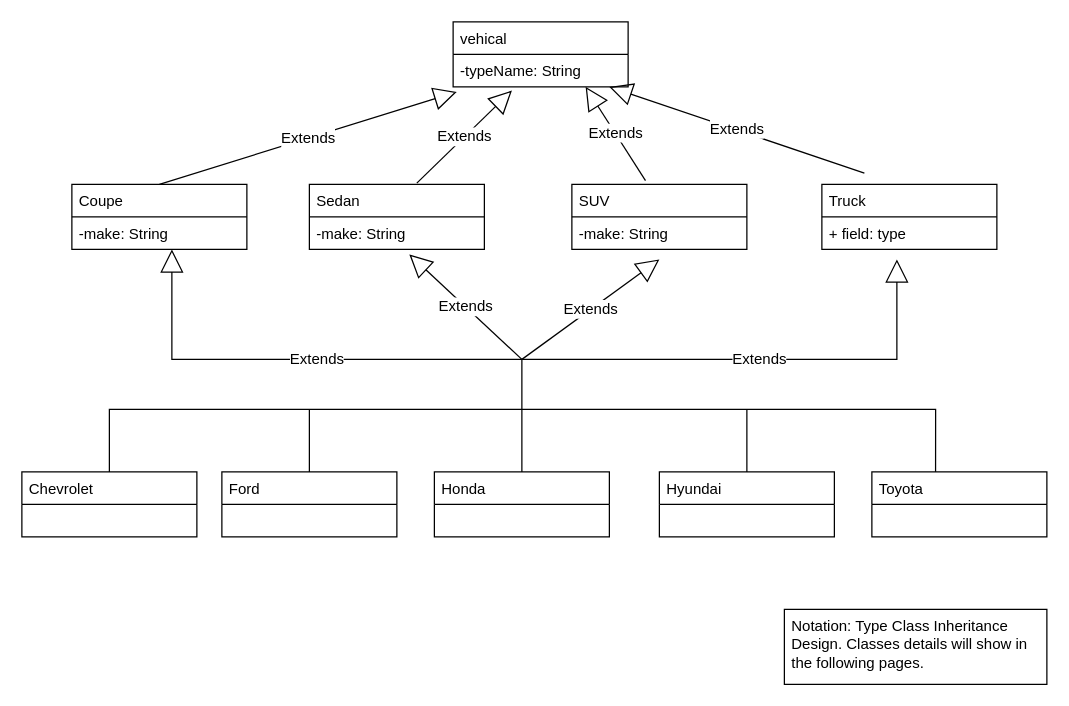
Before: page "Type Class Inheritance Design" (1 of 6) of doc/Vehicle_UML.drawio in MinZhong7/CIS255_Vehicle, a draw.io diagram. Source tidied: cells renumbered, new cells numbered last; positions are measured from the earlier drawing's top-left corner, leaving out a move shared by most shapes. Both pictures are drawn from the tidied source at 125%, with x=0, y=0 at pixel (21, 21).
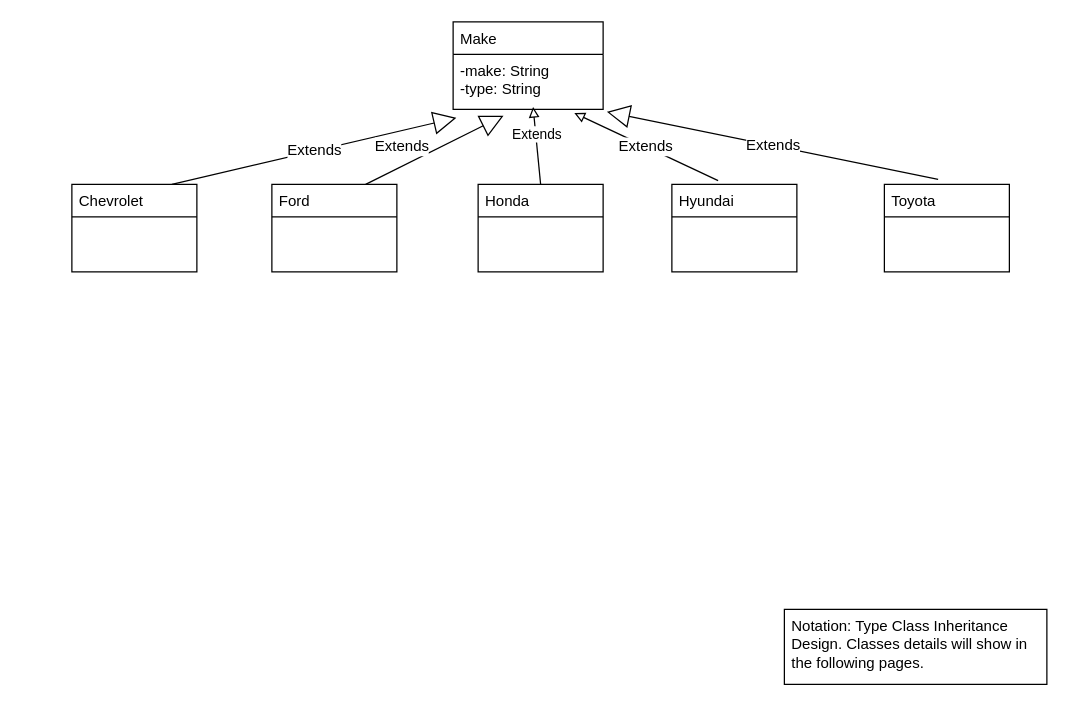
The same page after the edit.

Commit message (it also covers changes not shown here):
Redesign to Make model diagram.

close UML - Design #8

The edit, as a diff of the source:
```diff
@@
-    <mxCell id="2" value="vehical" style="swimlane;fontStyle=0;horizontal=1;startSize=26;fillColor=none;whiteSpace=wrap;html=1;align=left;verticalAlign=top;spacingLeft=4;spacingRight=4;fontFamily=Helvetica;fontSize=12;fontColor=default;" parent="1" vertex="1">
-      <mxGeometry x="345" width="140" height="52" as="geometry" />
+    <mxCell id="2" value="Make" style="swimlane;fontStyle=0;horizontal=1;startSize=26;fillColor=none;whiteSpace=wrap;html=1;align=left;verticalAlign=top;spacingLeft=4;spacingRight=4;fontFamily=Helvetica;fontSize=12;fontColor=default;" parent="1" vertex="1">
+      <mxGeometry x="345" width="120" height="70" as="geometry" />
     </mxCell>
-    <mxCell id="3" value="-typeName: String" style="text;strokeColor=none;fillColor=none;align=left;verticalAlign=top;spacingLeft=4;spacingRight=4;overflow=hidden;points=[[0,0.5],[1,0.5]];portConstraint=eastwest;whiteSpace=wrap;html=1;fontSize=12;fontFamily=Helvetica;fontColor=default;" parent="2" vertex="1">
-      <mxGeometry y="26" width="140" height="26" as="geometry" />
+    <mxCell id="3" value="-make: String&lt;br&gt;-type: String" style="text;strokeColor=none;fillColor=none;align=left;verticalAlign=top;spacingLeft=4;spacingRight=4;overflow=hidden;points=[[0,0.5],[1,0.5]];portConstraint=eastwest;whiteSpace=wrap;html=1;fontSize=12;fontFamily=Helvetica;fontColor=default;" parent="2" vertex="1">
+      <mxGeometry y="26" width="120" height="44" as="geometry" />
     </mxCell>
-    <mxCell id="4" value="Coupe" style="swimlane;fontStyle=0;horizontal=1;startSize=26;fillColor=none;whiteSpace=wrap;html=1;align=left;verticalAlign=top;spacingLeft=4;spacingRight=4;fontFamily=Helvetica;fontSize=12;fontColor=default;" parent="1" vertex="1">
-      <mxGeometry x="40" y="130" width="140" height="52" as="geometry" />
-    </mxCell>
-    <mxCell id="5" value="-make: String" style="text;strokeColor=none;fillColor=none;align=left;verticalAlign=top;spacingLeft=4;spacingRight=4;overflow=hidden;whiteSpace=wrap;html=1;fontSize=12;fontFamily=Helvetica;fontColor=default;" parent="4" vertex="1">
-      <mxGeometry y="26" width="140" height="26" as="geometry" />
-    </mxCell>
-    <mxCell id="6" value="Sedan" style="swimlane;fontStyle=0;horizontal=1;startSize=26;fillColor=none;whiteSpace=wrap;html=1;align=left;verticalAlign=top;spacingLeft=4;spacingRight=4;fontFamily=Helvetica;fontSize=12;fontColor=default;" parent="1" vertex="1">
-      <mxGeometry x="230" y="130" width="140" height="52" as="geometry" />
-    </mxCell>
-    <mxCell id="7" value="-make: String" style="text;strokeColor=none;fillColor=none;align=left;verticalAlign=top;spacingLeft=4;spacingRight=4;overflow=hidden;points=[[0,0.5],[1,0.5]];portConstraint=eastwest;whiteSpace=wrap;html=1;fontSize=12;fontFamily=Helvetica;fontColor=default;" parent="6" vertex="1">
-      <mxGeometry y="26" width="140" height="26" as="geometry" />
-    </mxCell>
-    <mxCell id="8" value="SUV" style="swimlane;fontStyle=0;horizontal=1;startSize=26;fillColor=none;whiteSpace=wrap;html=1;align=left;verticalAlign=top;spacingLeft=4;spacingRight=4;fontFamily=Helvetica;fontSize=12;fontColor=default;" parent="1" vertex="1">
-      <mxGeometry x="440" y="130" width="140" height="52" as="geometry" />
-    </mxCell>
-    <mxCell id="9" value="-make: String" style="text;strokeColor=none;fillColor=none;align=left;verticalAlign=top;spacingLeft=4;spacingRight=4;overflow=hidden;whiteSpace=wrap;html=1;fontSize=12;fontFamily=Helvetica;fontColor=default;" parent="8" vertex="1">
-      <mxGeometry y="26" width="140" height="26" as="geometry" />
-    </mxCell>
-    <mxCell id="10" value="Truck" style="swimlane;fontStyle=0;horizontal=1;startSize=26;fillColor=none;whiteSpace=wrap;html=1;align=left;verticalAlign=top;spacingLeft=4;spacingRight=4;fontFamily=Helvetica;fontSize=12;fontColor=default;" parent="1" vertex="1">
-      <mxGeometry x="640" y="130" width="140" height="52" as="geometry" />
-    </mxCell>
-    <mxCell id="11" value="+ field: type" style="text;strokeColor=none;fillColor=none;align=left;verticalAlign=top;spacingLeft=4;spacingRight=4;overflow=hidden;whiteSpace=wrap;html=1;fontSize=12;fontFamily=Helvetica;fontColor=default;" parent="10" vertex="1">
-      <mxGeometry y="26" width="140" height="26" as="geometry" />
-    </mxCell>
-    <mxCell id="12" value="Extends" style="endArrow=block;endSize=16;endFill=0;html=1;rounded=0;fontFamily=Helvetica;fontSize=12;fontColor=default;exitX=0.5;exitY=0;exitDx=0;exitDy=0;entryX=0.021;entryY=1.154;entryDx=0;entryDy=0;entryPerimeter=0;" parent="1" edge="1" source="4" target="3">
-      <mxGeometry relative="1" as="geometry" />
+    <mxCell id="12" value="Extends" style="endArrow=block;endSize=16;endFill=0;html=1;rounded=0;fontFamily=Helvetica;fontSize=12;fontColor=default;exitX=0.5;exitY=0;exitDx=0;exitDy=0;entryX=0.021;entryY=1.154;entryDx=0;entryDy=0;entryPerimeter=0;" parent="1" edge="1" target="3">
+      <mxGeometry relative="1" as="geometry">
+        <mxPoint x="120" y="130" as="sourcePoint" />
+      </mxGeometry>
     </mxCell>
-    <mxCell id="13" value="Extends" style="endArrow=block;endSize=16;endFill=0;html=1;rounded=0;fontFamily=Helvetica;fontSize=12;fontColor=default;entryX=0.336;entryY=1.115;entryDx=0;entryDy=0;entryPerimeter=0;exitX=0.614;exitY=-0.019;exitDx=0;exitDy=0;exitPerimeter=0;" parent="1" edge="1" source="6" target="3">
-      <mxGeometry relative="1" as="geometry" />
+    <mxCell id="13" value="Extends" style="endArrow=block;endSize=16;endFill=0;html=1;rounded=0;fontFamily=Helvetica;fontSize=12;fontColor=default;entryX=0.336;entryY=1.115;entryDx=0;entryDy=0;entryPerimeter=0;exitX=0.75;exitY=0;exitDx=0;exitDy=0;" parent="1" edge="1" source="22" target="3">
+      <mxGeometry x="-0.36" y="14" relative="1" as="geometry" />
     </mxCell>
-    <mxCell id="14" value="Extends" style="endArrow=block;endSize=16;endFill=0;html=1;rounded=0;fontFamily=Helvetica;fontSize=12;fontColor=default;exitX=0.421;exitY=0;exitDx=0;exitDy=0;exitPerimeter=0;entryX=0.757;entryY=1.115;entryDx=0;entryDy=0;entryPerimeter=0;" parent="1" edge="1">
-      <mxGeometry x="0.01" relative="1" as="geometry">
-        <mxPoint x="498.9" y="127" as="sourcePoint" />
-        <mxPoint x="451" y="52" as="targetPoint" />
-      </mxGeometry>
+    <mxCell id="14" value="Extends" style="endArrow=block;endFill=0;html=1;rounded=0;fontFamily=Helvetica;fontSize=12;fontColor=default;exitX=0.37;exitY=-0.043;exitDx=0;exitDy=0;exitPerimeter=0;entryX=0.808;entryY=1.068;entryDx=0;entryDy=0;entryPerimeter=0;" parent="1" edge="1" source="18" target="3">
+      <mxGeometry x="0.01" relative="1" as="geometry" />
     </mxCell>
-    <mxCell id="15" value="Extends" style="endArrow=block;endSize=16;endFill=0;html=1;rounded=0;fontFamily=Helvetica;fontSize=12;fontColor=default;exitX=0.314;exitY=-0.019;exitDx=0;exitDy=0;exitPerimeter=0;entryX=0.964;entryY=1.308;entryDx=0;entryDy=0;entryPerimeter=0;" parent="1" edge="1">
-      <mxGeometry relative="1" as="geometry">
-        <mxPoint x="674" y="121" as="sourcePoint" />
-        <mxPoint x="470" y="52" as="targetPoint" />
-      </mxGeometry>
+    <mxCell id="15" value="Extends" style="endArrow=block;endSize=16;endFill=0;html=1;rounded=0;fontFamily=Helvetica;fontSize=12;fontColor=default;exitX=0.43;exitY=-0.057;exitDx=0;exitDy=0;exitPerimeter=0;entryX=1.025;entryY=1.045;entryDx=0;entryDy=0;entryPerimeter=0;" parent="1" edge="1" source="16" target="3">
+      <mxGeometry relative="1" as="geometry" />
     </mxCell>
     <mxCell id="16" value="Toyota" style="swimlane;fontStyle=0;horizontal=1;startSize=26;fillColor=none;whiteSpace=wrap;html=1;align=left;verticalAlign=top;spacingLeft=4;spacingRight=4;fontFamily=Helvetica;fontSize=12;fontColor=default;" parent="1" vertex="1">
-      <mxGeometry x="680" y="360" width="140" height="52" as="geometry" />
+      <mxGeometry x="690" y="130" width="100" height="70" as="geometry" />
     </mxCell>
-    <mxCell id="17" style="edgeStyle=orthogonalEdgeStyle;rounded=0;jettySize=auto;html=1;fontFamily=Helvetica;fontSize=12;fontColor=default;endArrow=none;endFill=0;" parent="1" edge="1" source="18">
-      <mxGeometry relative="1" as="geometry">
-        <mxPoint x="580" y="310" as="targetPoint" />
-      </mxGeometry>
-    </mxCell>
     <mxCell id="18" value="Hyundai" style="swimlane;fontStyle=0;horizontal=1;startSize=26;fillColor=none;whiteSpace=wrap;html=1;align=left;verticalAlign=top;spacingLeft=4;spacingRight=4;fontFamily=Helvetica;fontSize=12;fontColor=default;" parent="1" vertex="1">
-      <mxGeometry x="510" y="360" width="140" height="52" as="geometry" />
+      <mxGeometry x="520" y="130" width="100" height="70" as="geometry" />
     </mxCell>
-    <mxCell id="19" style="edgeStyle=orthogonalEdgeStyle;rounded=0;jettySize=auto;html=1;fontFamily=Helvetica;fontSize=12;fontColor=default;endArrow=none;endFill=0;" parent="1" edge="1" source="20">
-      <mxGeometry relative="1" as="geometry">
-        <mxPoint x="400" y="310" as="targetPoint" />
-      </mxGeometry>
-    </mxCell>
     <mxCell id="20" value="Honda" style="swimlane;fontStyle=0;horizontal=1;startSize=26;fillColor=none;whiteSpace=wrap;html=1;align=left;verticalAlign=top;spacingLeft=4;spacingRight=4;fontFamily=Helvetica;fontSize=12;fontColor=default;" parent="1" vertex="1">
-      <mxGeometry x="330" y="360" width="140" height="52" as="geometry" />
+      <mxGeometry x="365" y="130" width="100" height="70" as="geometry" />
     </mxCell>
-    <mxCell id="21" style="edgeStyle=orthogonalEdgeStyle;rounded=0;jettySize=auto;html=1;fontFamily=Helvetica;fontSize=12;fontColor=default;endArrow=none;endFill=0;" parent="1" edge="1" source="22">
-      <mxGeometry relative="1" as="geometry">
-        <mxPoint x="230" y="310" as="targetPoint" />
-      </mxGeometry>
-    </mxCell>
     <mxCell id="22" value="Ford" style="swimlane;fontStyle=0;horizontal=1;startSize=26;fillColor=none;whiteSpace=wrap;html=1;align=left;verticalAlign=top;spacingLeft=4;spacingRight=4;fontFamily=Helvetica;fontSize=12;fontColor=default;" parent="1" vertex="1">
-      <mxGeometry x="160" y="360" width="140" height="52" as="geometry" />
+      <mxGeometry x="200" y="130" width="100" height="70" as="geometry" />
     </mxCell>
-    <mxCell id="23" style="edgeStyle=orthogonalEdgeStyle;jettySize=auto;html=1;fontFamily=Helvetica;fontSize=12;fontColor=default;entryX=0.364;entryY=0;entryDx=0;entryDy=0;entryPerimeter=0;exitX=0.5;exitY=0;exitDx=0;exitDy=0;rounded=0;endArrow=none;endFill=0;" parent="1" edge="1" source="24" target="16">
-      <mxGeometry relative="1" as="geometry">
-        <Array as="points">
-          <mxPoint x="70" y="310" />
-          <mxPoint x="731" y="310" />
-        </Array>
-      </mxGeometry>
-    </mxCell>
     <mxCell id="24" value="Chevrolet" style="swimlane;fontStyle=0;horizontal=1;startSize=26;fillColor=none;whiteSpace=wrap;html=1;align=left;verticalAlign=top;spacingLeft=4;spacingRight=4;fontFamily=Helvetica;fontSize=12;fontColor=default;" parent="1" vertex="1">
-      <mxGeometry y="360" width="140" height="52" as="geometry" />
+      <mxGeometry x="40" y="130" width="100" height="70" as="geometry" />
     </mxCell>
-    <mxCell id="25" value="Extends" style="endArrow=block;endSize=16;endFill=0;html=1;rounded=0;fontFamily=Helvetica;fontSize=12;fontColor=default;" parent="1" edge="1">
-      <mxGeometry relative="1" as="geometry">
-        <mxPoint x="400" y="310" as="sourcePoint" />
-        <mxPoint x="120" y="182" as="targetPoint" />
-        <Array as="points">
-          <mxPoint x="400" y="270" />
-          <mxPoint x="120" y="270" />
-        </Array>
-      </mxGeometry>
-    </mxCell>
-    <mxCell id="26" value="Extends" style="endArrow=block;endSize=16;endFill=0;html=1;rounded=0;fontFamily=Helvetica;fontSize=12;fontColor=default;" parent="1" edge="1">
-      <mxGeometry relative="1" as="geometry">
-        <mxPoint x="400" y="270" as="sourcePoint" />
-        <mxPoint x="700" y="190" as="targetPoint" />
-        <Array as="points">
-          <mxPoint x="700" y="270" />
-        </Array>
-      </mxGeometry>
-    </mxCell>
-    <mxCell id="27" value="Extends" style="endArrow=block;endSize=16;endFill=0;html=1;rounded=0;fontFamily=Helvetica;fontSize=12;fontColor=default;entryX=0.571;entryY=1.154;entryDx=0;entryDy=0;entryPerimeter=0;" parent="1" edge="1" target="7">
-      <mxGeometry relative="1" as="geometry">
-        <mxPoint x="400" y="270" as="sourcePoint" />
-      </mxGeometry>
-    </mxCell>
-    <mxCell id="28" value="Extends" style="endArrow=block;endSize=16;endFill=0;html=1;rounded=0;fontFamily=Helvetica;fontSize=12;fontColor=default;" parent="1" edge="1">
-      <mxGeometry relative="1" as="geometry">
-        <mxPoint x="400" y="270" as="sourcePoint" />
-        <mxPoint x="510" y="190" as="targetPoint" />
-      </mxGeometry>
-    </mxCell>
@@
+    <mxCell id="30" value="Extends" style="html=1;verticalAlign=bottom;endArrow=block;curved=0;rounded=0;entryX=0.533;entryY=0.955;entryDx=0;entryDy=0;entryPerimeter=0;exitX=0.5;exitY=0;exitDx=0;exitDy=0;endFill=0;" parent="1" edge="1" source="20" target="3">
+      <mxGeometry relative="1" as="geometry" />
+    </mxCell>
```
